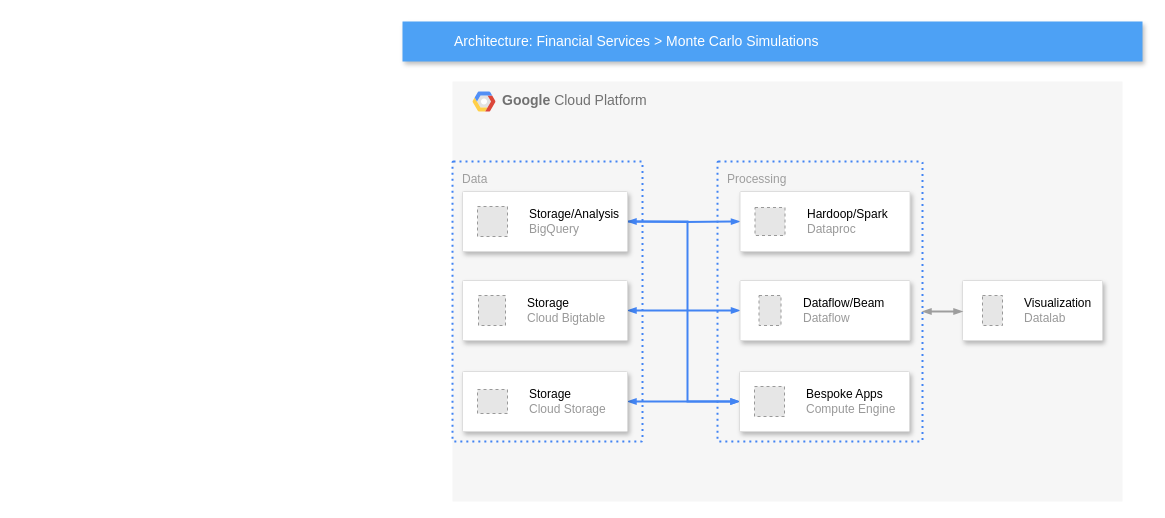
Above: test1.drawio in passerchell/ArchitectureDiagram (draw.io), before the change. Source tidied: cells renumbered, new cells numbered last; positions are measured from the earlier drawing's top-left corner, leaving out a move shared by most shapes. Both pictures are drawn from the tidied source at 100%, with x=0, y=0 at pixel (402, 21). Pictures stored in the file or linked from it are replaced by grey dashed boxes.
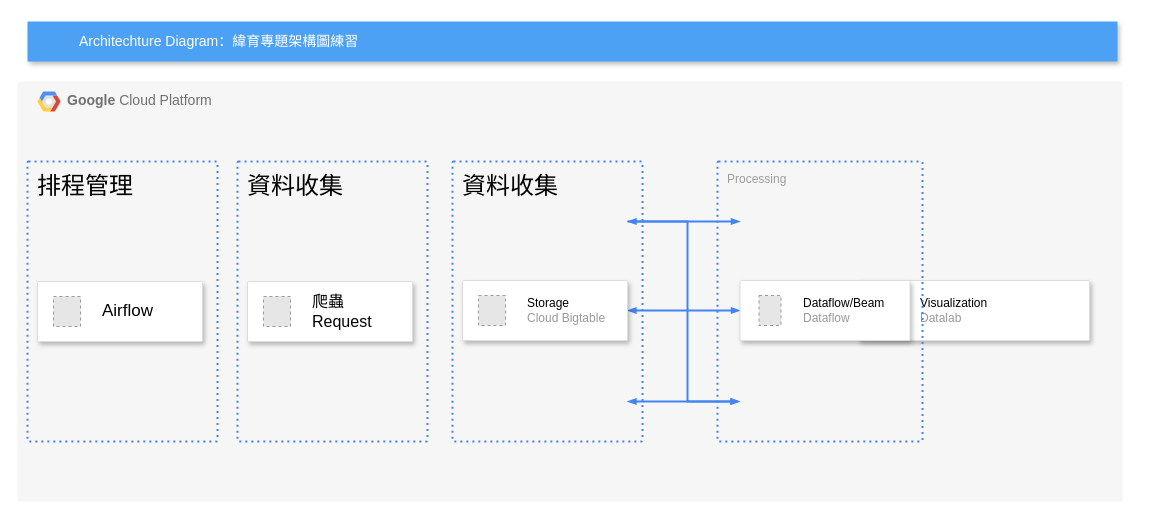
The same page after the edit.

The edit, as a diff of the source:
```diff
@@
     <mxCell id="2" value="&lt;b&gt;Google &lt;/b&gt;Cloud Platform" style="fillColor=#F6F6F6;strokeColor=none;shadow=0;gradientColor=none;fontSize=14;align=left;spacing=10;fontColor=#717171;9E9E9E;verticalAlign=top;spacingTop=-4;fontStyle=0;spacingLeft=40;html=1;" parent="1" vertex="1">
-      <mxGeometry x="50" y="60" width="670" height="420" as="geometry" />
+      <mxGeometry x="-385" y="60" width="1105" height="420" as="geometry" />
     </mxCell>
@@
     <mxCell id="4" style="strokeColor=#dddddd;shadow=1;strokeWidth=1;rounded=1;absoluteArcSize=1;arcSize=2;" parent="2" vertex="1">
-      <mxGeometry x="510" y="199" width="140" height="60" as="geometry" />
+      <mxGeometry x="841.1" y="199" width="230.9" height="60" as="geometry" />
     </mxCell>
@@
+    <mxCell id="26" value="&lt;font color=&quot;#000000&quot;&gt;&lt;span style=&quot;font-size: 24px;&quot;&gt;排程管理&lt;/span&gt;&lt;/font&gt;" style="rounded=1;absoluteArcSize=1;arcSize=2;html=1;strokeColor=#4284F3;gradientColor=none;shadow=0;dashed=1;fontSize=12;fontColor=#9E9E9E;align=left;verticalAlign=top;spacing=10;spacingTop=-4;fillColor=none;dashPattern=1 2;strokeWidth=2;" parent="2" vertex="1">
+      <mxGeometry x="10" y="80" width="190" height="280" as="geometry" />
+    </mxCell>
+    <mxCell id="27" style="strokeColor=#dddddd;shadow=1;strokeWidth=1;rounded=1;absoluteArcSize=1;arcSize=2;" parent="2" vertex="1">
+      <mxGeometry x="20" y="200" width="165" height="60" as="geometry" />
+    </mxCell>
+    <mxCell id="28" value="&lt;font style=&quot;font-size: 17px;&quot; color=&quot;#000000&quot;&gt;Airflow&lt;/font&gt;" style="fillColor=#E6E6E6;strokeColor=#999999;dashed=1;html=1;fontColor=#999999;verticalLabelPosition=middle;verticalAlign=middle;labelPosition=right;align=left;spacingLeft=20;" parent="27" vertex="1">
+      <mxGeometry width="27" height="30" relative="1" as="geometry">
+        <mxPoint x="16" y="15" as="offset" />
+      </mxGeometry>
+    </mxCell>
@@
-    <mxCell id="7" value="Data" style="rounded=1;absoluteArcSize=1;arcSize=2;html=1;strokeColor=#4284F3;gradientColor=none;shadow=0;dashed=1;fontSize=12;fontColor=#9E9E9E;align=left;verticalAlign=top;spacing=10;spacingTop=-4;fillColor=none;dashPattern=1 2;strokeWidth=2;" parent="1" vertex="1">
+    <mxCell id="7" value="&lt;font style=&quot;font-size: 24px; color: rgb(0, 0, 0);&quot;&gt;資料收集&lt;/font&gt;" style="rounded=1;absoluteArcSize=1;arcSize=2;html=1;strokeColor=#4284F3;gradientColor=none;shadow=0;dashed=1;fontSize=12;fontColor=#9E9E9E;align=left;verticalAlign=top;spacing=10;spacingTop=-4;fillColor=none;dashPattern=1 2;strokeWidth=2;" parent="1" vertex="1">
       <mxGeometry x="50" y="140" width="190" height="280" as="geometry" />
     </mxCell>
-    <mxCell id="8" value="Architecture: Financial Services &amp;gt; Monte Carlo Simulations" style="fillColor=#4DA1F5;strokeColor=none;shadow=1;gradientColor=none;fontSize=14;align=left;spacingLeft=50;fontColor=#ffffff;html=1;" parent="1" vertex="1">
-      <mxGeometry width="740" height="40" as="geometry" />
+    <mxCell id="8" value="Architechture Diagram：緯育專題架構圖練習" style="fillColor=#4DA1F5;strokeColor=none;shadow=1;gradientColor=none;fontSize=14;align=left;spacingLeft=50;fontColor=#ffffff;html=1;" parent="1" vertex="1">
+      <mxGeometry x="-375" width="1090" height="40" as="geometry" />
     </mxCell>
@@
-    <mxCell id="10" style="edgeStyle=orthogonalEdgeStyle;rounded=0;html=1;labelBackgroundColor=none;startFill=1;startSize=4;endArrow=blockThin;endFill=1;endSize=4;jettySize=auto;strokeColor=#4284F3;strokeWidth=2;fontSize=12;fontColor=#000000;align=center;dashed=0;startArrow=blockThin;" parent="1" edge="1" source="18" target="24">
-      <mxGeometry relative="1" as="geometry" />
+    <mxCell id="10" style="edgeStyle=orthogonalEdgeStyle;rounded=0;html=1;labelBackgroundColor=none;startFill=1;startSize=4;endArrow=blockThin;endFill=1;endSize=4;jettySize=auto;orthogonalLoop=1;strokeColor=#4284F3;strokeWidth=2;fontSize=12;fontColor=#000000;align=center;dashed=0;startArrow=blockThin;" parent="1" edge="1">
+      <mxGeometry relative="1" as="geometry">
+        <mxPoint x="225" y="380" as="sourcePoint" />
+        <mxPoint x="337" y="380" as="targetPoint" />
+      </mxGeometry>
     </mxCell>
@@
-    <mxCell id="12" style="edgeStyle=orthogonalEdgeStyle;rounded=0;html=1;labelBackgroundColor=none;startFill=1;startSize=4;endArrow=blockThin;endFill=1;endSize=4;jettySize=auto;strokeColor=#4284F3;strokeWidth=2;fontSize=12;fontColor=#000000;align=center;dashed=0;" parent="1" edge="1" target="20">
+    <mxCell id="12" style="edgeStyle=orthogonalEdgeStyle;rounded=0;html=1;labelBackgroundColor=none;startFill=1;startSize=4;endArrow=blockThin;endFill=1;endSize=4;jettySize=auto;orthogonalLoop=1;strokeColor=#4284F3;strokeWidth=2;fontSize=12;fontColor=#000000;align=center;dashed=0;" parent="1" edge="1">
       <mxGeometry relative="1" as="geometry">
         <mxPoint x="225" y="200" as="sourcePoint" />
+        <mxPoint x="337.5" y="200" as="targetPoint" />
       </mxGeometry>
     </mxCell>
-    <mxCell id="13" style="edgeStyle=orthogonalEdgeStyle;rounded=0;html=1;labelBackgroundColor=none;startFill=1;startSize=4;endArrow=blockThin;endFill=1;endSize=4;jettySize=auto;strokeColor=#4284F3;strokeWidth=2;fontSize=12;fontColor=#000000;align=center;dashed=0;startArrow=blockThin;" parent="1" edge="1" source="14" target="24">
+    <mxCell id="13" style="edgeStyle=orthogonalEdgeStyle;rounded=0;html=1;labelBackgroundColor=none;startFill=1;startSize=4;endArrow=blockThin;endFill=1;endSize=4;jettySize=auto;orthogonalLoop=1;strokeColor=#4284F3;strokeWidth=2;fontSize=12;fontColor=#000000;align=center;dashed=0;startArrow=blockThin;" parent="1" edge="1">
       <mxGeometry relative="1" as="geometry">
+        <mxPoint x="225" y="200" as="sourcePoint" />
+        <mxPoint x="337" y="380" as="targetPoint" />
         <Array as="points">
           <mxPoint x="285" y="200" />
           <mxPoint x="285" y="380" />
         </Array>
       </mxGeometry>
     </mxCell>
-    <mxCell id="14" style="strokeColor=#dddddd;shadow=1;strokeWidth=1;rounded=1;absoluteArcSize=1;arcSize=2;" parent="1" vertex="1">
-      <mxGeometry x="60" y="170" width="165" height="60" as="geometry" />
-    </mxCell>
-    <mxCell id="15" value="&lt;font color=&quot;#000000&quot;&gt;Storage/Analysis&lt;/font&gt;&lt;br&gt;BigQuery" style="fillColor=#E6E6E6;strokeColor=#999999;dashed=1;html=1;fontColor=#999999;verticalLabelPosition=middle;verticalAlign=middle;labelPosition=right;align=left;spacingLeft=20;" parent="14" vertex="1">
-      <mxGeometry width="30" height="30" relative="1" as="geometry">
-        <mxPoint x="15" y="15" as="offset" />
-      </mxGeometry>
-    </mxCell>
@@
-    <mxCell id="18" style="strokeColor=#dddddd;shadow=1;strokeWidth=1;rounded=1;absoluteArcSize=1;arcSize=2;" parent="1" vertex="1">
-      <mxGeometry x="60" y="350" width="165" height="60" as="geometry" />
-    </mxCell>
-    <mxCell id="19" value="&lt;font color=&quot;#000000&quot;&gt;Storage&lt;/font&gt;&lt;br&gt;Cloud Storage" style="fillColor=#E6E6E6;strokeColor=#999999;dashed=1;html=1;fontColor=#999999;verticalLabelPosition=middle;verticalAlign=middle;labelPosition=right;align=left;spacingLeft=20;" parent="18" vertex="1">
-      <mxGeometry width="30" height="24" relative="1" as="geometry">
-        <mxPoint x="15" y="18" as="offset" />
-      </mxGeometry>
-    </mxCell>
-    <mxCell id="20" style="strokeColor=#dddddd;shadow=1;strokeWidth=1;rounded=1;absoluteArcSize=1;arcSize=2;" parent="1" vertex="1">
-      <mxGeometry x="337.5" y="170" width="170" height="60" as="geometry" />
-    </mxCell>
-    <mxCell id="21" value="&lt;font color=&quot;#000000&quot;&gt;Hardoop/Spark&lt;/font&gt;&lt;br&gt;Dataproc" style="fillColor=#E6E6E6;strokeColor=#999999;dashed=1;html=1;fontColor=#999999;verticalLabelPosition=middle;verticalAlign=middle;labelPosition=right;align=left;spacingLeft=20;" parent="20" vertex="1">
-      <mxGeometry width="30" height="28" relative="1" as="geometry">
-        <mxPoint x="15" y="16" as="offset" />
-      </mxGeometry>
-    </mxCell>
@@
-    <mxCell id="24" style="strokeColor=#dddddd;shadow=1;strokeWidth=1;rounded=1;absoluteArcSize=1;arcSize=2;" parent="1" vertex="1">
-      <mxGeometry x="337" y="350" width="170" height="60" as="geometry" />
-    </mxCell>
-    <mxCell id="25" value="&lt;font color=&quot;#000000&quot;&gt;Bespoke Apps&lt;/font&gt;&lt;br&gt;Compute Engine" style="fillColor=#E6E6E6;strokeColor=#999999;dashed=1;html=1;fontColor=#999999;verticalLabelPosition=middle;verticalAlign=middle;labelPosition=right;align=left;spacingLeft=20;" parent="24" vertex="1">
-      <mxGeometry width="30" height="30" relative="1" as="geometry">
-        <mxPoint x="15" y="15" as="offset" />
-      </mxGeometry>
-    </mxCell>
+    <mxCell id="29" value="&lt;span style=&quot;color: rgb(0, 0, 0); font-size: 24px;&quot;&gt;資料收集&lt;/span&gt;" style="rounded=1;absoluteArcSize=1;arcSize=2;html=1;strokeColor=#4284F3;gradientColor=none;shadow=0;dashed=1;fontSize=12;fontColor=#9E9E9E;align=left;verticalAlign=top;spacing=10;spacingTop=-4;fillColor=none;dashPattern=1 2;strokeWidth=2;" parent="1" vertex="1">
+      <mxGeometry x="-165" y="140" width="190" height="280" as="geometry" />
+    </mxCell>
+    <mxCell id="30" style="strokeColor=#dddddd;shadow=1;strokeWidth=1;rounded=1;absoluteArcSize=1;arcSize=2;" parent="1" vertex="1">
+      <mxGeometry x="-155" y="260" width="165" height="60" as="geometry" />
+    </mxCell>
+    <mxCell id="31" value="&lt;font style=&quot;font-size: 16px;&quot; color=&quot;#000000&quot;&gt;爬蟲&lt;/font&gt;&lt;div&gt;&lt;font style=&quot;font-size: 16px;&quot; color=&quot;#000000&quot;&gt;Request&lt;/font&gt;&lt;/div&gt;" style="fillColor=#E6E6E6;strokeColor=#999999;dashed=1;html=1;fontColor=#999999;verticalLabelPosition=middle;verticalAlign=middle;labelPosition=right;align=left;spacingLeft=20;" parent="30" vertex="1">
+      <mxGeometry width="27" height="30" relative="1" as="geometry">
+        <mxPoint x="16" y="15" as="offset" />
+      </mxGeometry>
+    </mxCell>
```
